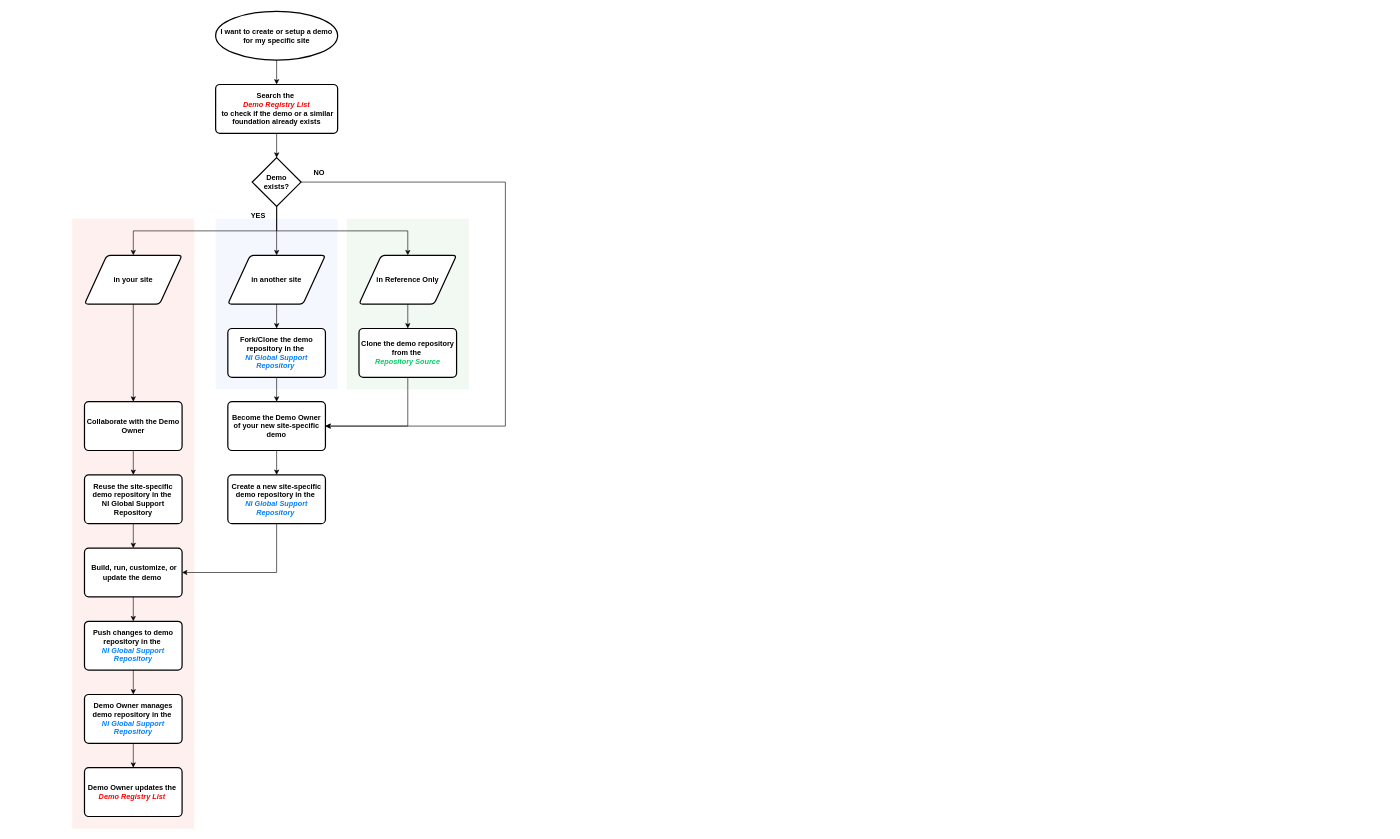
ktlim-xy/draw-io keeps this draw.io diagram as demo_standardization_workflow-2.drawio. Above is the earlier version. Source tidied: cells renumbered, new cells numbered last; positions are measured from the earlier drawing's top-left corner, leaving out a move shared by most shapes. Both pictures are drawn from the tidied source at 61%, with x=0, y=0 at pixel (72, 11).
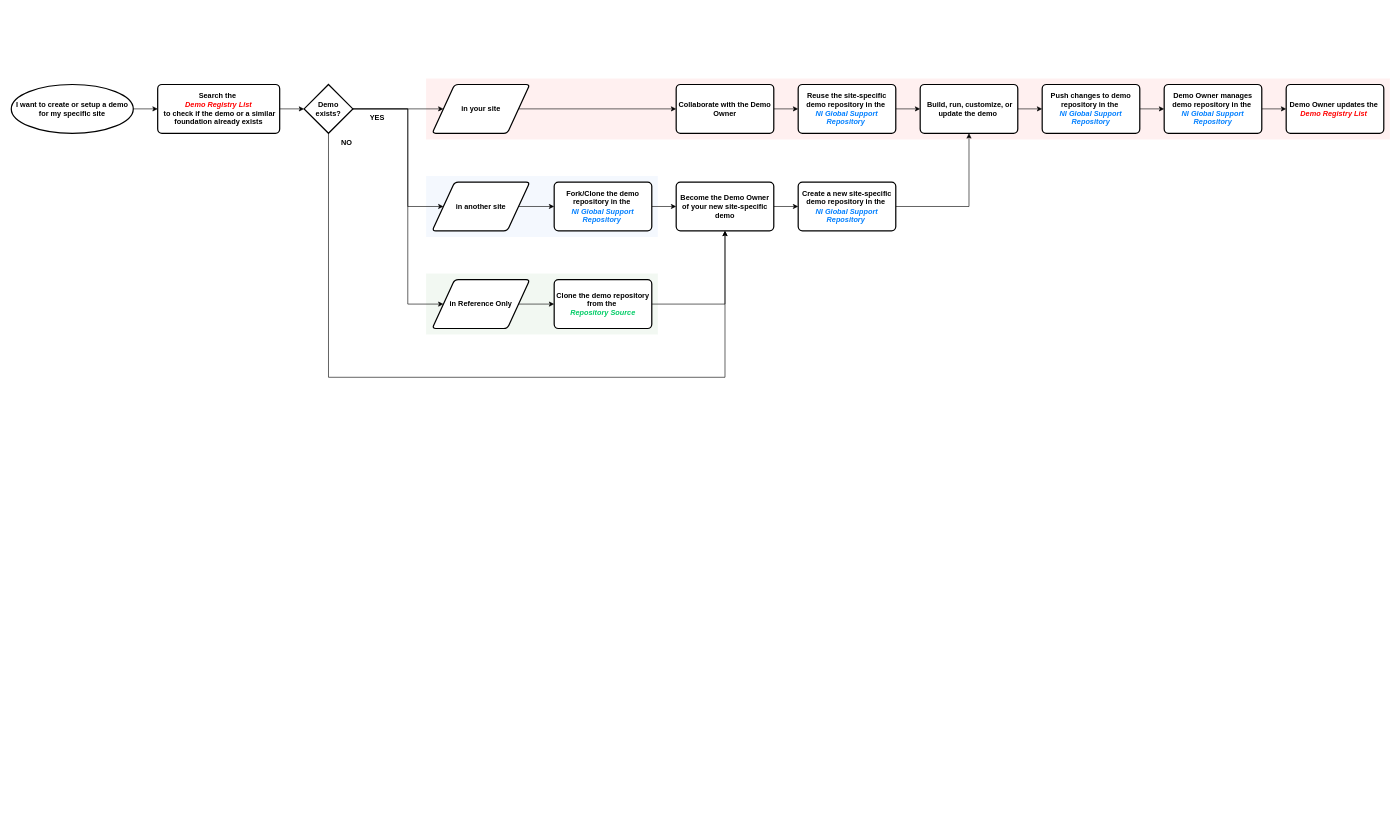
The same diagram, later.

Diff of the diagram source:
```diff
@@
     <mxCell id="2" style="verticalLabelPosition=bottom;verticalAlign=top;html=1;shape=mxgraph.basic.rect;fillColor2=none;strokeWidth=4;size=20;indent=5;fillColor=#d5e8d4;opacity=30;strokeColor=none;fontStyle=1;" parent="1" vertex="1">
-      <mxGeometry x="450" y="340" width="200" height="280" as="geometry" />
+      <mxGeometry x="580" y="430" width="380" height="100" as="geometry" />
     </mxCell>
     <mxCell id="3" style="verticalLabelPosition=bottom;verticalAlign=top;html=1;shape=mxgraph.basic.rect;fillColor2=none;strokeWidth=4;size=20;indent=5;fillColor=#dae8fc;opacity=30;strokeColor=none;" parent="1" vertex="1">
-      <mxGeometry x="235" y="340" width="200" height="280" as="geometry" />
+      <mxGeometry x="580" y="270" width="380" height="100" as="geometry" />
     </mxCell>
     <mxCell id="4" style="verticalLabelPosition=bottom;verticalAlign=top;html=1;shape=mxgraph.basic.rect;fillColor2=none;strokeWidth=2;size=20;indent=5;gradientColor=none;fillColor=#FFCCCC;opacity=30;strokeColor=none;" parent="1" vertex="1">
-      <mxGeometry y="340" width="200" height="1000" as="geometry" />
+      <mxGeometry x="580" y="110" width="1580" height="100" as="geometry" />
     </mxCell>
-    <mxCell id="5" style="edgeStyle=orthogonalEdgeStyle;rounded=0;jettySize=auto;html=1;exitX=0.5;exitY=1;exitDx=0;exitDy=0;exitPerimeter=0;entryX=0.5;entryY=0;entryDx=0;entryDy=0;" parent="1" edge="1" source="6" target="7">
+    <mxCell id="5" style="edgeStyle=orthogonalEdgeStyle;rounded=0;jettySize=auto;html=1;exitX=1;exitY=0.5;exitDx=0;exitDy=0;exitPerimeter=0;entryX=0;entryY=0.5;entryDx=0;entryDy=0;" parent="1" edge="1" source="6" target="7">
       <mxGeometry relative="1" as="geometry" />
     </mxCell>
     <mxCell id="6" value="&lt;b&gt;I want to create or setup a demo for my specific site&lt;/b&gt;" style="strokeWidth=2;html=1;shape=mxgraph.flowchart.start_2;whiteSpace=wrap;fontSize=12;" parent="1" vertex="1">
-      <mxGeometry x="235" width="200" height="80" as="geometry" />
+      <mxGeometry x="-100" y="120" width="200" height="80" as="geometry" />
     </mxCell>
     <mxCell id="7" value="&lt;font&gt;&lt;b&gt;Search the&amp;nbsp;&lt;/b&gt;&lt;/font&gt;&lt;div&gt;&lt;i&gt;&lt;b&gt;&lt;font style=&quot;color: rgb(255, 0, 0);&quot;&gt;Demo Registry List&lt;/font&gt;&lt;/b&gt;&lt;/i&gt;&lt;/div&gt;&lt;div&gt;&lt;font&gt;&lt;b&gt;&amp;nbsp;to check if the demo or a similar foundation already exists&lt;/b&gt;&lt;/font&gt;&lt;/div&gt;" style="rounded=1;whiteSpace=wrap;html=1;absoluteArcSize=1;arcSize=14;strokeWidth=2;" parent="1" vertex="1">
-      <mxGeometry x="235" y="120" width="200" height="80" as="geometry" />
+      <mxGeometry x="140" y="120" width="200" height="80" as="geometry" />
     </mxCell>
+    <mxCell id="10" style="edgeStyle=orthogonalEdgeStyle;rounded=0;jettySize=auto;html=1;exitX=1;exitY=0.5;exitDx=0;exitDy=0;exitPerimeter=0;" parent="1" edge="1" source="11" target="13">
+      <mxGeometry relative="1" as="geometry" />
+    </mxCell>
+    <mxCell id="9" style="edgeStyle=orthogonalEdgeStyle;rounded=0;jettySize=auto;html=1;exitX=1;exitY=0.5;exitDx=0;exitDy=0;exitPerimeter=0;entryX=0;entryY=0.5;entryDx=0;entryDy=0;" parent="1" edge="1" source="11" target="15">
+      <mxGeometry relative="1" as="geometry">
+        <Array as="points">
+          <mxPoint x="550" y="160" />
+          <mxPoint x="550" y="320" />
+        </Array>
+      </mxGeometry>
+    </mxCell>
-    <mxCell id="8" style="edgeStyle=orthogonalEdgeStyle;rounded=0;jettySize=auto;html=1;exitX=0.5;exitY=1;exitDx=0;exitDy=0;exitPerimeter=0;entryX=0.5;entryY=0;entryDx=0;entryDy=0;" parent="1" edge="1" source="11" target="17">
-      <mxGeometry relative="1" as="geometry" />
+    <mxCell id="8" style="edgeStyle=orthogonalEdgeStyle;rounded=0;jettySize=auto;html=1;exitX=1;exitY=0.5;exitDx=0;exitDy=0;exitPerimeter=0;entryX=0;entryY=0.5;entryDx=0;entryDy=0;" parent="1" edge="1" source="11" target="17">
+      <mxGeometry relative="1" as="geometry">
+        <Array as="points">
+          <mxPoint x="550" y="160" />
+          <mxPoint x="550" y="480" />
+        </Array>
+      </mxGeometry>
     </mxCell>
-    <mxCell id="9" style="edgeStyle=orthogonalEdgeStyle;rounded=0;jettySize=auto;html=1;exitX=0.5;exitY=1;exitDx=0;exitDy=0;exitPerimeter=0;entryX=0.5;entryY=0;entryDx=0;entryDy=0;" parent="1" edge="1" source="11" target="15">
-      <mxGeometry relative="1" as="geometry" />
-    </mxCell>
-    <mxCell id="10" style="edgeStyle=orthogonalEdgeStyle;rounded=0;jettySize=auto;html=1;exitX=0.5;exitY=1;exitDx=0;exitDy=0;exitPerimeter=0;entryX=0.5;entryY=0;entryDx=0;entryDy=0;" parent="1" edge="1" source="11" target="13">
-      <mxGeometry relative="1" as="geometry" />
-    </mxCell>
+    <mxCell id="41" style="edgeStyle=orthogonalEdgeStyle;rounded=0;jettySize=auto;html=1;exitX=0.5;exitY=1;exitDx=0;exitDy=0;exitPerimeter=0;entryX=0.5;entryY=1;entryDx=0;entryDy=0;" parent="1" edge="1" source="11" target="30">
+      <mxGeometry relative="1" as="geometry">
+        <Array as="points">
+          <mxPoint x="420" y="600" />
+          <mxPoint x="1070" y="600" />
+        </Array>
+      </mxGeometry>
+    </mxCell>
     <mxCell id="11" value="&lt;b&gt;Demo exists?&lt;/b&gt;" style="strokeWidth=2;html=1;shape=mxgraph.flowchart.decision;whiteSpace=wrap;" parent="1" vertex="1">
-      <mxGeometry x="295" y="240" width="80" height="80" as="geometry" />
+      <mxGeometry x="380" y="120" width="80" height="80" as="geometry" />
     </mxCell>
-    <mxCell id="12" style="edgeStyle=orthogonalEdgeStyle;rounded=0;jettySize=auto;html=1;exitX=0.5;exitY=1;exitDx=0;exitDy=0;" parent="1" edge="1" source="13" target="19">
+    <mxCell id="12" style="edgeStyle=orthogonalEdgeStyle;rounded=0;jettySize=auto;html=1;exitX=1;exitY=0.5;exitDx=0;exitDy=0;entryX=0;entryY=0.5;entryDx=0;entryDy=0;" parent="1" edge="1" source="13" target="19">
       <mxGeometry relative="1" as="geometry" />
     </mxCell>
     <mxCell id="13" value="&lt;b&gt;in your site&lt;/b&gt;" style="shape=parallelogram;html=1;strokeWidth=2;perimeter=parallelogramPerimeter;whiteSpace=wrap;rounded=1;arcSize=12;size=0.23;" parent="1" vertex="1">
-      <mxGeometry x="20" y="400" width="160" height="80" as="geometry" />
+      <mxGeometry x="590" y="120" width="160" height="80" as="geometry" />
     </mxCell>
-    <mxCell id="14" style="edgeStyle=orthogonalEdgeStyle;rounded=0;jettySize=auto;html=1;exitX=0.5;exitY=1;exitDx=0;exitDy=0;entryX=0.5;entryY=0;entryDx=0;entryDy=0;" parent="1" edge="1" source="15" target="28">
+    <mxCell id="14" style="edgeStyle=orthogonalEdgeStyle;rounded=0;jettySize=auto;html=1;exitX=1;exitY=0.5;exitDx=0;exitDy=0;entryX=0;entryY=0.5;entryDx=0;entryDy=0;" parent="1" edge="1" source="15" target="28">
       <mxGeometry relative="1" as="geometry" />
     </mxCell>
     <mxCell id="15" value="&lt;b&gt;in another site&lt;/b&gt;" style="shape=parallelogram;html=1;strokeWidth=2;perimeter=parallelogramPerimeter;whiteSpace=wrap;rounded=1;arcSize=12;size=0.23;" parent="1" vertex="1">
-      <mxGeometry x="255" y="400" width="160" height="80" as="geometry" />
+      <mxGeometry x="590" y="280" width="160" height="80" as="geometry" />
     </mxCell>
-    <mxCell id="16" style="edgeStyle=orthogonalEdgeStyle;rounded=0;jettySize=auto;html=1;exitX=0.5;exitY=1;exitDx=0;exitDy=0;entryX=0.5;entryY=0;entryDx=0;entryDy=0;" parent="1" edge="1" source="17" target="34">
+    <mxCell id="16" style="edgeStyle=orthogonalEdgeStyle;rounded=0;jettySize=auto;html=1;exitX=1;exitY=0.5;exitDx=0;exitDy=0;entryX=0;entryY=0.5;entryDx=0;entryDy=0;" parent="1" edge="1" source="17" target="34">
       <mxGeometry relative="1" as="geometry" />
     </mxCell>
     <mxCell id="17" value="&lt;b&gt;in Reference Only&lt;/b&gt;" style="shape=parallelogram;html=1;strokeWidth=2;perimeter=parallelogramPerimeter;whiteSpace=wrap;rounded=1;arcSize=12;size=0.23;" parent="1" vertex="1">
-      <mxGeometry x="470" y="400" width="160" height="80" as="geometry" />
+      <mxGeometry x="590" y="440" width="160" height="80" as="geometry" />
     </mxCell>
-    <mxCell id="18" style="edgeStyle=orthogonalEdgeStyle;rounded=0;jettySize=auto;html=1;exitX=0.5;exitY=1;exitDx=0;exitDy=0;entryX=0.5;entryY=0;entryDx=0;entryDy=0;" parent="1" edge="1" source="19" target="40">
+    <mxCell id="18" style="edgeStyle=orthogonalEdgeStyle;rounded=0;jettySize=auto;html=1;exitX=1;exitY=0.5;exitDx=0;exitDy=0;entryX=0;entryY=0.5;entryDx=0;entryDy=0;" parent="1" edge="1" source="19" target="40">
       <mxGeometry relative="1" as="geometry" />
     </mxCell>
     <mxCell id="19" value="&lt;b&gt;Collaborate with the Demo Owner&lt;/b&gt;" style="rounded=1;whiteSpace=wrap;html=1;absoluteArcSize=1;arcSize=14;strokeWidth=2;" parent="1" vertex="1">
-      <mxGeometry x="20" y="640" width="160" height="80" as="geometry" />
+      <mxGeometry x="990" y="120" width="160" height="80" as="geometry" />
     </mxCell>
-    <mxCell id="20" style="edgeStyle=orthogonalEdgeStyle;rounded=0;jettySize=auto;html=1;exitX=0.5;exitY=1;exitDx=0;exitDy=0;entryX=0.5;entryY=0;entryDx=0;entryDy=0;" parent="1" edge="1" source="21" target="24">
+    <mxCell id="20" style="edgeStyle=orthogonalEdgeStyle;rounded=0;jettySize=auto;html=1;exitX=1;exitY=0.5;exitDx=0;exitDy=0;entryX=0;entryY=0.5;entryDx=0;entryDy=0;" parent="1" edge="1" source="21" target="24">
       <mxGeometry relative="1" as="geometry" />
     </mxCell>
     <mxCell id="21" value="&lt;span&gt;Push changes to demo repository in the&amp;nbsp;&lt;/span&gt;&lt;div&gt;&lt;span&gt;&lt;i&gt;&lt;font style=&quot;color: rgb(0, 127, 255);&quot;&gt;NI Global Support Repository&lt;/font&gt;&lt;/i&gt;&lt;/span&gt;&lt;/div&gt;" style="rounded=1;whiteSpace=wrap;html=1;absoluteArcSize=1;arcSize=14;strokeWidth=2;fontStyle=1;" parent="1" vertex="1">
-      <mxGeometry x="20" y="1000" width="160" height="80" as="geometry" />
+      <mxGeometry x="1590" y="120" width="160" height="80" as="geometry" />
     </mxCell>
     <mxCell id="22" value="&lt;b&gt;Demo Owner updates the&amp;nbsp;&lt;/b&gt;&lt;div&gt;&lt;b&gt;&lt;i&gt;&lt;font style=&quot;color: rgb(255, 0, 0);&quot;&gt;Demo Registry List&amp;nbsp;&lt;/font&gt;&lt;/i&gt;&lt;/b&gt;&lt;/div&gt;" style="rounded=1;whiteSpace=wrap;html=1;absoluteArcSize=1;arcSize=14;strokeWidth=2;" parent="1" vertex="1">
-      <mxGeometry x="20" y="1240" width="160" height="80" as="geometry" />
+      <mxGeometry x="1990" y="120" width="160" height="80" as="geometry" />
     </mxCell>
-    <mxCell id="23" style="edgeStyle=orthogonalEdgeStyle;rounded=0;jettySize=auto;html=1;exitX=0.5;exitY=1;exitDx=0;exitDy=0;entryX=0.5;entryY=0;entryDx=0;entryDy=0;" parent="1" edge="1" source="24" target="22">
+    <mxCell id="23" style="edgeStyle=orthogonalEdgeStyle;rounded=0;jettySize=auto;html=1;exitX=1;exitY=0.5;exitDx=0;exitDy=0;entryX=0;entryY=0.5;entryDx=0;entryDy=0;" parent="1" edge="1" source="24" target="22">
       <mxGeometry relative="1" as="geometry" />
     </mxCell>
     <mxCell id="24" value="&lt;b&gt;Demo Owner manages demo repository in the&amp;nbsp;&lt;/b&gt;&lt;div&gt;&lt;b&gt;&lt;i&gt;&lt;font style=&quot;color: rgb(0, 127, 255);&quot;&gt;NI Global Support Repository&lt;/font&gt;&lt;/i&gt;&lt;/b&gt;&lt;/div&gt;" style="rounded=1;whiteSpace=wrap;html=1;absoluteArcSize=1;arcSize=14;strokeWidth=2;" parent="1" vertex="1">
-      <mxGeometry x="20" y="1120" width="160" height="80" as="geometry" />
+      <mxGeometry x="1790" y="120" width="160" height="80" as="geometry" />
     </mxCell>
-    <mxCell id="25" style="edgeStyle=orthogonalEdgeStyle;rounded=0;jettySize=auto;html=1;exitX=0.5;exitY=1;exitDx=0;exitDy=0;entryX=1;entryY=0.5;entryDx=0;entryDy=0;" parent="1" edge="1" source="26" target="32">
+    <mxCell id="25" style="edgeStyle=orthogonalEdgeStyle;rounded=0;jettySize=auto;html=1;exitX=1;exitY=0.5;exitDx=0;exitDy=0;entryX=0.5;entryY=1;entryDx=0;entryDy=0;" parent="1" edge="1" source="26" target="32">
       <mxGeometry relative="1" as="geometry" />
     </mxCell>
     <mxCell id="26" value="Create a new site-specific demo repository in the&amp;nbsp;&lt;div&gt;&lt;i&gt;&lt;font style=&quot;color: rgb(0, 127, 255);&quot;&gt;NI Global Support Repository&lt;/font&gt;&lt;/i&gt;&amp;nbsp;&lt;/div&gt;" style="rounded=1;whiteSpace=wrap;html=1;absoluteArcSize=1;arcSize=14;strokeWidth=2;fontStyle=1;" parent="1" vertex="1">
-      <mxGeometry x="255" y="760" width="160" height="80" as="geometry" />
+      <mxGeometry x="1190" y="280" width="160" height="80" as="geometry" />
     </mxCell>
-    <mxCell id="27" style="edgeStyle=orthogonalEdgeStyle;rounded=0;jettySize=auto;html=1;exitX=0.5;exitY=1;exitDx=0;exitDy=0;entryX=0.5;entryY=0;entryDx=0;entryDy=0;" parent="1" edge="1" source="28" target="30">
+    <mxCell id="27" style="edgeStyle=orthogonalEdgeStyle;rounded=0;jettySize=auto;html=1;exitX=1;exitY=0.5;exitDx=0;exitDy=0;entryX=0;entryY=0.5;entryDx=0;entryDy=0;" parent="1" edge="1" source="28" target="30">
       <mxGeometry relative="1" as="geometry" />
     </mxCell>
     <mxCell id="28" value="Fork/Clone the demo repository in the&amp;nbsp;&lt;div&gt;&lt;i style=&quot;&quot;&gt;&lt;font style=&quot;color: rgb(0, 127, 255);&quot;&gt;NI Global Support Repository&lt;/font&gt;&lt;/i&gt;&amp;nbsp;&lt;/div&gt;" style="rounded=1;whiteSpace=wrap;html=1;absoluteArcSize=1;arcSize=14;strokeWidth=2;fontStyle=1;" parent="1" vertex="1">
-      <mxGeometry x="255" y="520" width="160" height="80" as="geometry" />
+      <mxGeometry x="790" y="280" width="160" height="80" as="geometry" />
     </mxCell>
-    <mxCell id="29" style="edgeStyle=orthogonalEdgeStyle;rounded=0;jettySize=auto;html=1;exitX=0.5;exitY=1;exitDx=0;exitDy=0;entryX=0.5;entryY=0;entryDx=0;entryDy=0;" parent="1" edge="1" source="30" target="26">
+    <mxCell id="29" style="edgeStyle=orthogonalEdgeStyle;rounded=0;jettySize=auto;html=1;exitX=1;exitY=0.5;exitDx=0;exitDy=0;entryX=0;entryY=0.5;entryDx=0;entryDy=0;" parent="1" edge="1" source="30" target="26">
       <mxGeometry relative="1" as="geometry" />
     </mxCell>
     <mxCell id="30" value="Become the Demo Owner of your new site-specific demo" style="rounded=1;whiteSpace=wrap;html=1;absoluteArcSize=1;arcSize=14;strokeWidth=2;fontStyle=1;" parent="1" vertex="1">
-      <mxGeometry x="255" y="640" width="160" height="80" as="geometry" />
+      <mxGeometry x="990" y="280" width="160" height="80" as="geometry" />
     </mxCell>
-    <mxCell id="31" style="edgeStyle=orthogonalEdgeStyle;rounded=0;jettySize=auto;html=1;exitX=0.5;exitY=1;exitDx=0;exitDy=0;entryX=0.5;entryY=0;entryDx=0;entryDy=0;" parent="1" edge="1" source="32" target="21">
+    <mxCell id="31" style="edgeStyle=orthogonalEdgeStyle;rounded=0;jettySize=auto;html=1;exitX=1;exitY=0.5;exitDx=0;exitDy=0;entryX=0;entryY=0.5;entryDx=0;entryDy=0;" parent="1" edge="1" source="32" target="21">
       <mxGeometry relative="1" as="geometry" />
     </mxCell>
     <mxCell id="32" value="&lt;div&gt;&amp;nbsp;Build, run, customize, or update the demo&amp;nbsp;&lt;/div&gt;" style="rounded=1;whiteSpace=wrap;html=1;absoluteArcSize=1;arcSize=14;strokeWidth=2;fontStyle=1;" parent="1" vertex="1">
-      <mxGeometry x="20" y="880" width="160" height="80" as="geometry" />
+      <mxGeometry x="1390" y="120" width="160" height="80" as="geometry" />
     </mxCell>
-    <mxCell id="33" style="edgeStyle=orthogonalEdgeStyle;rounded=0;jettySize=auto;html=1;exitX=0.5;exitY=1;exitDx=0;exitDy=0;entryX=1;entryY=0.5;entryDx=0;entryDy=0;" parent="1" edge="1" source="34" target="30">
+    <mxCell id="33" style="edgeStyle=orthogonalEdgeStyle;rounded=0;jettySize=auto;html=1;exitX=1;exitY=0.5;exitDx=0;exitDy=0;entryX=0.5;entryY=1;entryDx=0;entryDy=0;" parent="1" edge="1" source="34" target="30">
       <mxGeometry relative="1" as="geometry" />
     </mxCell>
     <mxCell id="34" value="Clone the demo repository from the&amp;nbsp;&lt;div&gt;&lt;font style=&quot;color: rgb(0, 204, 102);&quot;&gt;&lt;i style=&quot;&quot;&gt;Repository Source&lt;/i&gt;&lt;/font&gt;&lt;/div&gt;" style="rounded=1;whiteSpace=wrap;html=1;absoluteArcSize=1;arcSize=14;strokeWidth=2;fontStyle=1;" parent="1" vertex="1">
-      <mxGeometry x="470" y="520" width="160" height="80" as="geometry" />
+      <mxGeometry x="790" y="440" width="160" height="80" as="geometry" />
     </mxCell>
-    <mxCell id="35" style="edgeStyle=orthogonalEdgeStyle;rounded=0;jettySize=auto;html=1;exitX=0.5;exitY=1;exitDx=0;exitDy=0;entryX=0.5;entryY=0;entryDx=0;entryDy=0;entryPerimeter=0;" parent="1" edge="1" source="7" target="11">
-      <mxGeometry relative="1" as="geometry" />
-    </mxCell>
     <mxCell id="36" value="&lt;b&gt;YES&lt;/b&gt;" style="text;html=1;whiteSpace=wrap;strokeColor=none;fillColor=none;align=center;verticalAlign=middle;rounded=0;" parent="1" vertex="1">
-      <mxGeometry x="275" y="320" width="60" height="30" as="geometry" />
+      <mxGeometry x="470" y="160" width="60" height="30" as="geometry" />
     </mxCell>
-    <mxCell id="37" style="edgeStyle=orthogonalEdgeStyle;rounded=0;jettySize=auto;html=1;exitX=0;exitY=1;exitDx=0;exitDy=0;entryX=1;entryY=0.5;entryDx=0;entryDy=0;" parent="1" edge="1" source="38" target="30">
-      <mxGeometry relative="1" as="geometry">
-        <Array as="points">
-          <mxPoint x="710" y="280" />
-          <mxPoint x="710" y="680" />
-        </Array>
-      </mxGeometry>
-    </mxCell>
     <mxCell id="38" value="&lt;b&gt;NO&lt;/b&gt;" style="text;html=1;whiteSpace=wrap;strokeColor=none;fillColor=none;align=center;verticalAlign=middle;rounded=0;" parent="1" vertex="1">
-      <mxGeometry x="375" y="250" width="60" height="30" as="geometry" />
+      <mxGeometry x="420" y="200" width="60" height="30" as="geometry" />
     </mxCell>
-    <mxCell id="39" style="edgeStyle=orthogonalEdgeStyle;rounded=0;jettySize=auto;html=1;exitX=0.5;exitY=1;exitDx=0;exitDy=0;entryX=0.5;entryY=0;entryDx=0;entryDy=0;" parent="1" edge="1" source="40" target="32">
+    <mxCell id="39" style="edgeStyle=orthogonalEdgeStyle;rounded=0;jettySize=auto;html=1;exitX=1;exitY=0.5;exitDx=0;exitDy=0;entryX=0;entryY=0.5;entryDx=0;entryDy=0;" parent="1" edge="1" source="40" target="32">
       <mxGeometry relative="1" as="geometry" />
     </mxCell>
-    <mxCell id="40" value="&lt;b&gt;Reuse the site-specific demo repository in the&amp;nbsp;&lt;/b&gt;&lt;div&gt;&lt;b&gt;NI Global Support Repository&lt;/b&gt;&lt;/div&gt;" style="rounded=1;whiteSpace=wrap;html=1;absoluteArcSize=1;arcSize=14;strokeWidth=2;" parent="1" vertex="1">
-      <mxGeometry x="20" y="760" width="160" height="80" as="geometry" />
+    <mxCell id="40" value="&lt;b&gt;Reuse the site-specific demo repository in the&amp;nbsp;&lt;/b&gt;&lt;div&gt;&lt;i style=&quot;font-weight: 700;&quot;&gt;&lt;font style=&quot;color: rgb(0, 127, 255);&quot;&gt;NI Global Support Repository&lt;/font&gt;&lt;/i&gt;&lt;span style=&quot;font-weight: 700;&quot;&gt;&amp;nbsp;&lt;/span&gt;&lt;/div&gt;" style="rounded=1;whiteSpace=wrap;html=1;absoluteArcSize=1;arcSize=14;strokeWidth=2;" parent="1" vertex="1">
+      <mxGeometry x="1190" y="120" width="160" height="80" as="geometry" />
     </mxCell>
+    <mxCell id="35" style="edgeStyle=orthogonalEdgeStyle;rounded=0;jettySize=auto;html=1;exitX=1;exitY=0.5;exitDx=0;exitDy=0;entryX=0;entryY=0.5;entryDx=0;entryDy=0;entryPerimeter=0;" parent="1" edge="1" source="7" target="11">
+      <mxGeometry relative="1" as="geometry" />
+    </mxCell>
```
